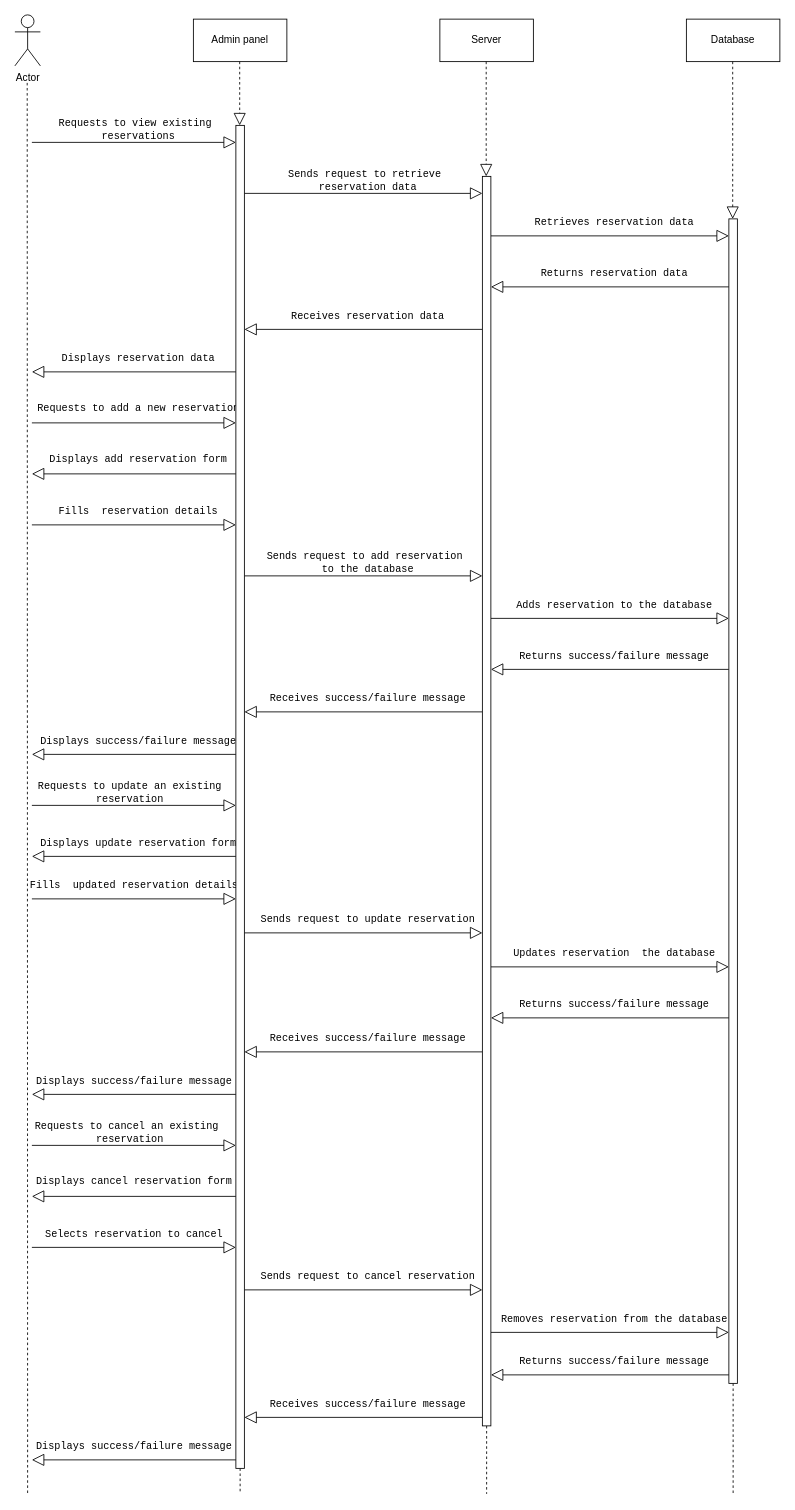
This is event management.drawio from CodeSithum/sequencediagram, a draw.io file, before an edit. Source tidied: cells renumbered, new cells numbered last; positions are measured from the earlier drawing's top-left corner, leaving out a move shared by most shapes. Both pictures are drawn from the tidied source at 85%, with x=0, y=0 at pixel (14, 14).
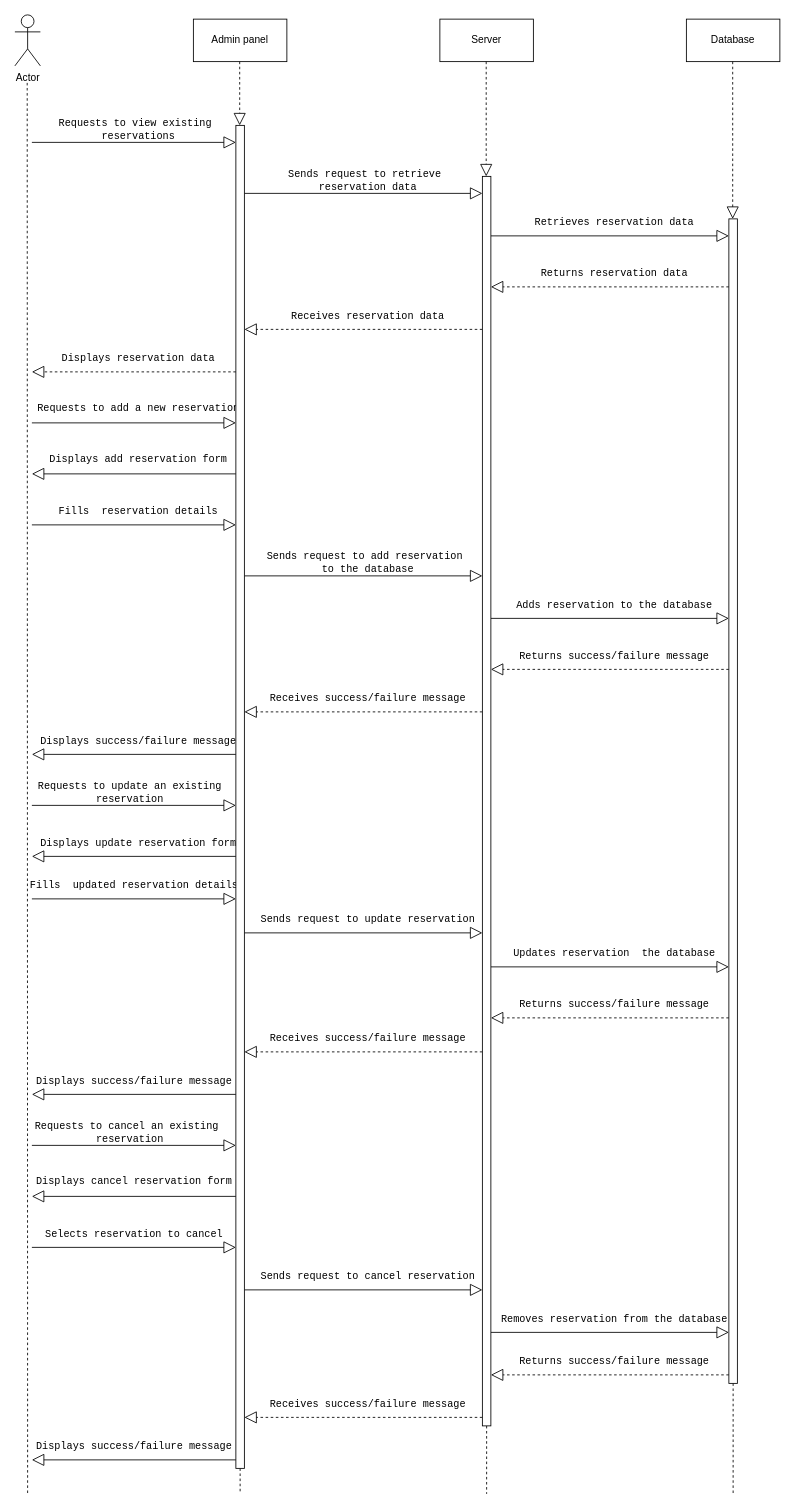
The same diagram, later.

Diff of the diagram source:
```diff
@@
-    <mxCell id="41" style="endArrow=block;endFill=0;endSize=12;html=1;rounded=0;" parent="1" edge="1">
+    <mxCell id="41" style="endArrow=block;endFill=0;endSize=12;html=1;rounded=0;dashed=1;" parent="1" edge="1">
       <mxGeometry relative="1" as="geometry">
         <mxPoint x="260" y="420" as="sourcePoint" />
         <mxPoint x="20" y="420" as="targetPoint" />
       </mxGeometry>
     </mxCell>
@@
-    <mxCell id="55" style="endArrow=block;endFill=0;endSize=12;html=1;rounded=0;" parent="1" edge="1">
+    <mxCell id="55" style="endArrow=block;endFill=0;endSize=12;html=1;rounded=0;dashed=1;" parent="1" edge="1">
       <mxGeometry relative="1" as="geometry">
         <mxPoint x="550" y="370" as="sourcePoint" />
         <mxPoint x="270" y="370" as="targetPoint" />
       </mxGeometry>
     </mxCell>
@@
-    <mxCell id="57" style="endArrow=block;endFill=0;endSize=12;html=1;rounded=0;" parent="1" edge="1">
+    <mxCell id="57" style="endArrow=block;endFill=0;endSize=12;html=1;rounded=0;dashed=1;" parent="1" edge="1">
       <mxGeometry relative="1" as="geometry">
         <mxPoint x="550" y="820" as="sourcePoint" />
         <mxPoint x="270" y="820" as="targetPoint" />
       </mxGeometry>
     </mxCell>
@@
-    <mxCell id="59" style="endArrow=block;endFill=0;endSize=12;html=1;rounded=0;" parent="1" edge="1">
+    <mxCell id="59" style="endArrow=block;endFill=0;endSize=12;html=1;rounded=0;dashed=1;" parent="1" edge="1">
       <mxGeometry relative="1" as="geometry">
         <mxPoint x="550" y="1220" as="sourcePoint" />
         <mxPoint x="270" y="1220" as="targetPoint" />
       </mxGeometry>
     </mxCell>
@@
-    <mxCell id="61" style="endArrow=block;endFill=0;endSize=12;html=1;rounded=0;" parent="1" edge="1">
+    <mxCell id="61" style="endArrow=block;endFill=0;endSize=12;html=1;rounded=0;dashed=1;" parent="1" edge="1">
       <mxGeometry relative="1" as="geometry">
         <mxPoint x="550" y="1650" as="sourcePoint" />
         <mxPoint x="270" y="1650" as="targetPoint" />
       </mxGeometry>
     </mxCell>
@@
-    <mxCell id="63" style="endArrow=block;endFill=0;endSize=12;html=1;rounded=0;" parent="1" edge="1">
+    <mxCell id="63" style="endArrow=block;endFill=0;endSize=12;html=1;rounded=0;dashed=1;" parent="1" edge="1">
       <mxGeometry relative="1" as="geometry">
         <mxPoint x="840" y="320" as="sourcePoint" />
         <mxPoint x="560" y="320" as="targetPoint" />
       </mxGeometry>
     </mxCell>
@@
-    <mxCell id="65" style="endArrow=block;endFill=0;endSize=12;html=1;rounded=0;" parent="1" edge="1">
+    <mxCell id="65" style="endArrow=block;endFill=0;endSize=12;html=1;rounded=0;dashed=1;" parent="1" edge="1">
       <mxGeometry relative="1" as="geometry">
         <mxPoint x="840" y="770" as="sourcePoint" />
         <mxPoint x="560" y="770" as="targetPoint" />
       </mxGeometry>
     </mxCell>
@@
-    <mxCell id="67" style="endArrow=block;endFill=0;endSize=12;html=1;rounded=0;" parent="1" edge="1">
+    <mxCell id="67" style="endArrow=block;endFill=0;endSize=12;html=1;rounded=0;dashed=1;" parent="1" edge="1">
       <mxGeometry relative="1" as="geometry">
         <mxPoint x="840" y="1180" as="sourcePoint" />
         <mxPoint x="560" y="1180" as="targetPoint" />
       </mxGeometry>
     </mxCell>
@@
-    <mxCell id="69" style="endArrow=block;endFill=0;endSize=12;html=1;rounded=0;" parent="1" edge="1">
+    <mxCell id="69" style="endArrow=block;endFill=0;endSize=12;html=1;rounded=0;dashed=1;" parent="1" edge="1">
       <mxGeometry relative="1" as="geometry">
         <mxPoint x="840" y="1600" as="sourcePoint" />
         <mxPoint x="560" y="1600" as="targetPoint" />
       </mxGeometry>
     </mxCell>
```
